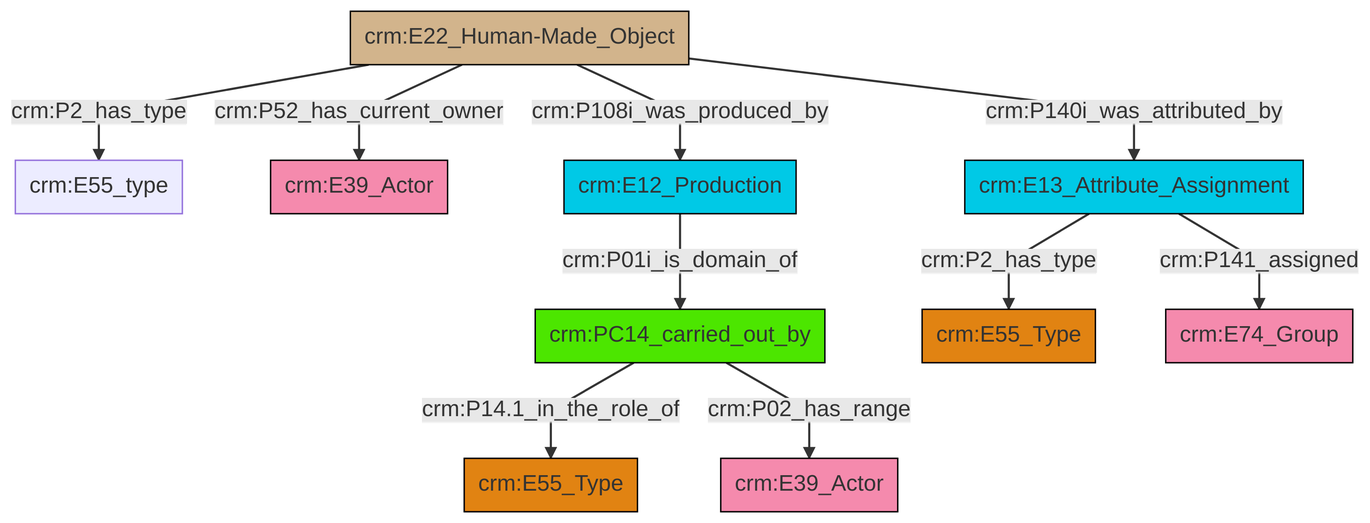
swiss-art-research-net/reference-data-models keeps this Mermaid diagram as et/builtWorkCSV/ttl/mmd/png/Built_Work_actor_relations.png. Above is the earlier version. Its source is kept beside it as et/builtWorkCSV/ttl/mmd/Built_Work_actor_relations.ttl.mmd.
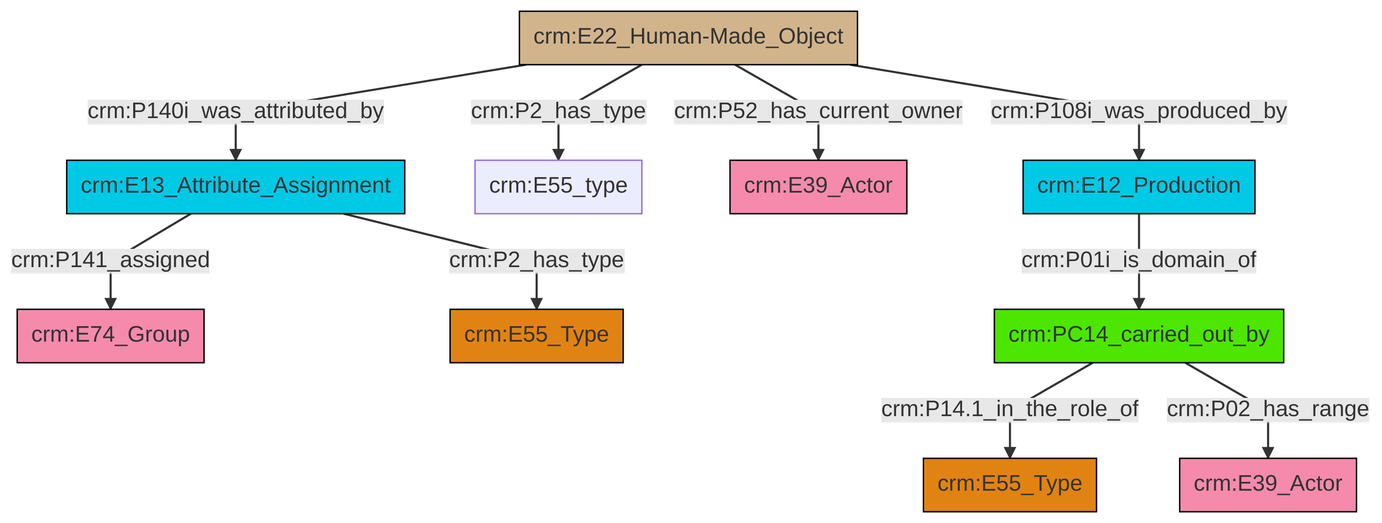
After the commit.

Change to the diagram source:
```diff
@@ -13,12 +13,12 @@
 classDef PC_Classes fill:#4ce600, stroke:#000000;
 classDef Multi fill:#cccccc,stroke:#000000;
 
-0["crm:E13_Attribute_Assignment"]:::Temporal_Entity -->|crm:P2_has_type| 1["crm:E55_Type"]:::Type
-2["crm:E12_Production"]:::Temporal_Entity -->|crm:P01i_is_domain_of| 6["crm:PC14_carried_out_by"]:::PC_Classes
-4["crm:E22_Human-Made_Object"]:::Physical_Thing -->|crm:P2_has_type| 9["crm:E55_type"]:::Default
-4["crm:E22_Human-Made_Object"]:::Physical_Thing -->|crm:P52_has_current_owner| 7["crm:E39_Actor"]:::Actor
-4["crm:E22_Human-Made_Object"]:::Physical_Thing -->|crm:P108i_was_produced_by| 2["crm:E12_Production"]:::Temporal_Entity
-4["crm:E22_Human-Made_Object"]:::Physical_Thing -->|crm:P140i_was_attributed_by| 0["crm:E13_Attribute_Assignment"]:::Temporal_Entity
-6["crm:PC14_carried_out_by"]:::PC_Classes -->|crm:P14.1_in_the_role_of| 14["crm:E55_Type"]:::Type
-6["crm:PC14_carried_out_by"]:::PC_Classes -->|crm:P02_has_range| 19["crm:E39_Actor"]:::Actor
-0["crm:E13_Attribute_Assignment"]:::Temporal_Entity -->|crm:P141_assigned| 11["crm:E74_Group"]:::Actor
+2["crm:E13_Attribute_Assignment"]:::Temporal_Entity -->|crm:P141_assigned| 3["crm:E74_Group"]:::Actor
+0["crm:E22_Human-Made_Object"]:::Physical_Thing -->|crm:P140i_was_attributed_by| 2["crm:E13_Attribute_Assignment"]:::Temporal_Entity
+4["crm:E12_Production"]:::Temporal_Entity -->|crm:P01i_is_domain_of| 6["crm:PC14_carried_out_by"]:::PC_Classes
+6["crm:PC14_carried_out_by"]:::PC_Classes -->|crm:P14.1_in_the_role_of| 7["crm:E55_Type"]:::Type
+0["crm:E22_Human-Made_Object"]:::Physical_Thing -->|crm:P2_has_type| 8["crm:E55_type"]:::Default
+6["crm:PC14_carried_out_by"]:::PC_Classes -->|crm:P02_has_range| 10["crm:E39_Actor"]:::Actor
+2["crm:E13_Attribute_Assignment"]:::Temporal_Entity -->|crm:P2_has_type| 11["crm:E55_Type"]:::Type
+0["crm:E22_Human-Made_Object"]:::Physical_Thing -->|crm:P52_has_current_owner| 13["crm:E39_Actor"]:::Actor
+0["crm:E22_Human-Made_Object"]:::Physical_Thing -->|crm:P108i_was_produced_by| 4["crm:E12_Production"]:::Temporal_Entity
```
